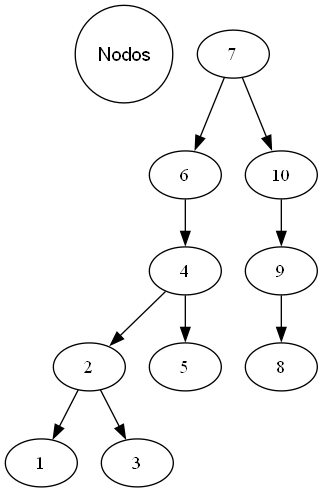
Marxista4122/Thielo keeps this Graphviz diagram as busca/arvore.png. Above is the earlier version. Its source is kept beside it as busca/arvore.dot. Source of this version:
```dot
digraph ArvoreBinaria {
Nodos [shape=circle, fontname="Arial"];
  7;
  7 -> 6;
  7 -> 10;
  6;
  6 -> 4;
  4;
  4 -> 2;
  4 -> 5;
  2;
  2 -> 1;
  2 -> 3;
  1;
  3;
  5;
  10;
  10 -> 9;
  9;
  9 -> 8;
  8;
}
```
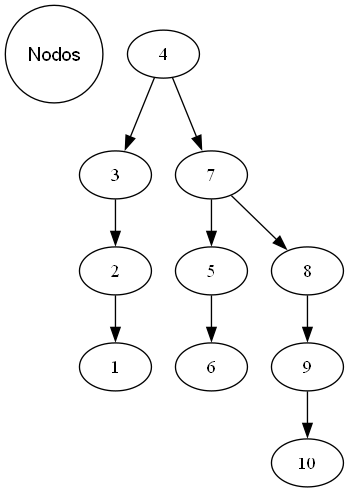
After the commit.

The edit, as a diff of the source:
```diff
@@ -1,22 +1,22 @@
 digraph ArvoreBinaria {
 Nodos [shape=circle, fontname="Arial"];
-  7;
-  7 -> 6;
-  7 -> 10;
-  6;
-  6 -> 4;
   4;
-  4 -> 2;
-  4 -> 5;
+  4 -> 3;
+  4 -> 7;
+  3;
+  3 -> 2;
   2;
   2 -> 1;
-  2 -> 3;
   1;
-  3;
+  7;
+  7 -> 5;
+  7 -> 8;
   5;
+  5 -> 6;
+  6;
+  8;
+  8 -> 9;
+  9;
+  9 -> 10;
   10;
-  10 -> 9;
-  9;
-  9 -> 8;
-  8;
 }
```
